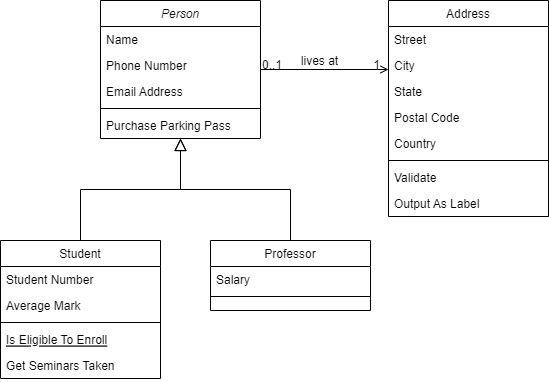
Before: Assign3Part2 Diagram.drawio.png, a diagram exported from draw.io (jimmyjazz31/CS665Assign3). Source tidied: cells renumbered, new cells last; positions are measured from the earlier drawing's top-left corner, leaving out a move shared by most shapes.
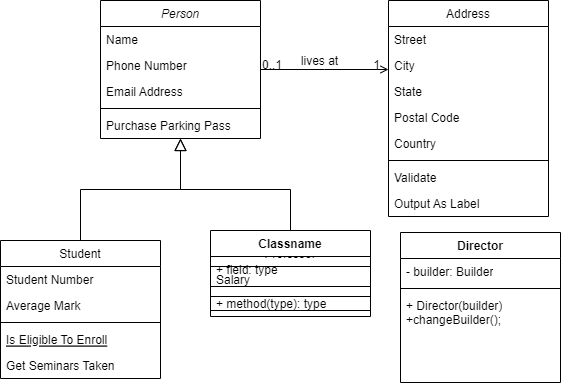
After the change.

Diff of the diagram source:
```diff
@@ -100,5 +100,29 @@
         <mxPoint x="-38" y="40" as="offset" />
       </mxGeometry>
     </mxCell>
+    <mxCell id="32" value="Classname" style="swimlane;fontStyle=1;align=center;verticalAlign=top;horizontal=1;startSize=26;whiteSpace=wrap;html=1;" parent="1" vertex="1">
+      <mxGeometry x="210" y="230" width="160" height="86" as="geometry" />
+    </mxCell>
+    <mxCell id="33" value="+ field: type" style="text;strokeColor=none;fillColor=none;align=left;verticalAlign=top;spacingLeft=4;spacingRight=4;overflow=hidden;whiteSpace=wrap;html=1;" parent="32" vertex="1">
+      <mxGeometry y="26" width="160" height="26" as="geometry" />
+    </mxCell>
+    <mxCell id="34" style="line;strokeWidth=1;fillColor=none;align=left;verticalAlign=middle;spacingTop=-1;spacingLeft=3;spacingRight=3;labelPosition=right;strokeColor=inherit;" parent="32" vertex="1">
+      <mxGeometry y="52" width="160" height="8" as="geometry" />
+    </mxCell>
+    <mxCell id="35" value="+ method(type): type" style="text;strokeColor=none;fillColor=none;align=left;verticalAlign=top;spacingLeft=4;spacingRight=4;overflow=hidden;whiteSpace=wrap;html=1;" parent="32" vertex="1">
+      <mxGeometry y="60" width="160" height="26" as="geometry" />
+    </mxCell>
+    <mxCell id="36" value="Director" style="swimlane;fontStyle=1;align=center;verticalAlign=top;horizontal=1;startSize=26;whiteSpace=wrap;html=1;" parent="1" vertex="1">
+      <mxGeometry x="400" y="232" width="160" height="150" as="geometry" />
+    </mxCell>
+    <mxCell id="37" value="- builder: Builder" style="text;strokeColor=none;fillColor=none;align=left;verticalAlign=top;spacingLeft=4;spacingRight=4;overflow=hidden;whiteSpace=wrap;html=1;" parent="36" vertex="1">
+      <mxGeometry y="26" width="160" height="26" as="geometry" />
+    </mxCell>
+    <mxCell id="38" style="line;strokeWidth=1;fillColor=none;align=left;verticalAlign=middle;spacingTop=-1;spacingLeft=3;spacingRight=3;labelPosition=right;strokeColor=inherit;" parent="36" vertex="1">
+      <mxGeometry y="52" width="160" height="8" as="geometry" />
+    </mxCell>
+    <mxCell id="39" value="+ Director(builder)&lt;div&gt;+changeBuilder();&lt;/div&gt;" style="text;strokeColor=none;fillColor=none;align=left;verticalAlign=top;spacingLeft=4;spacingRight=4;overflow=hidden;whiteSpace=wrap;html=1;" parent="36" vertex="1">
+      <mxGeometry y="60" width="160" height="90" as="geometry" />
+    </mxCell>
   </root>
 </mxGraphModel>
```
